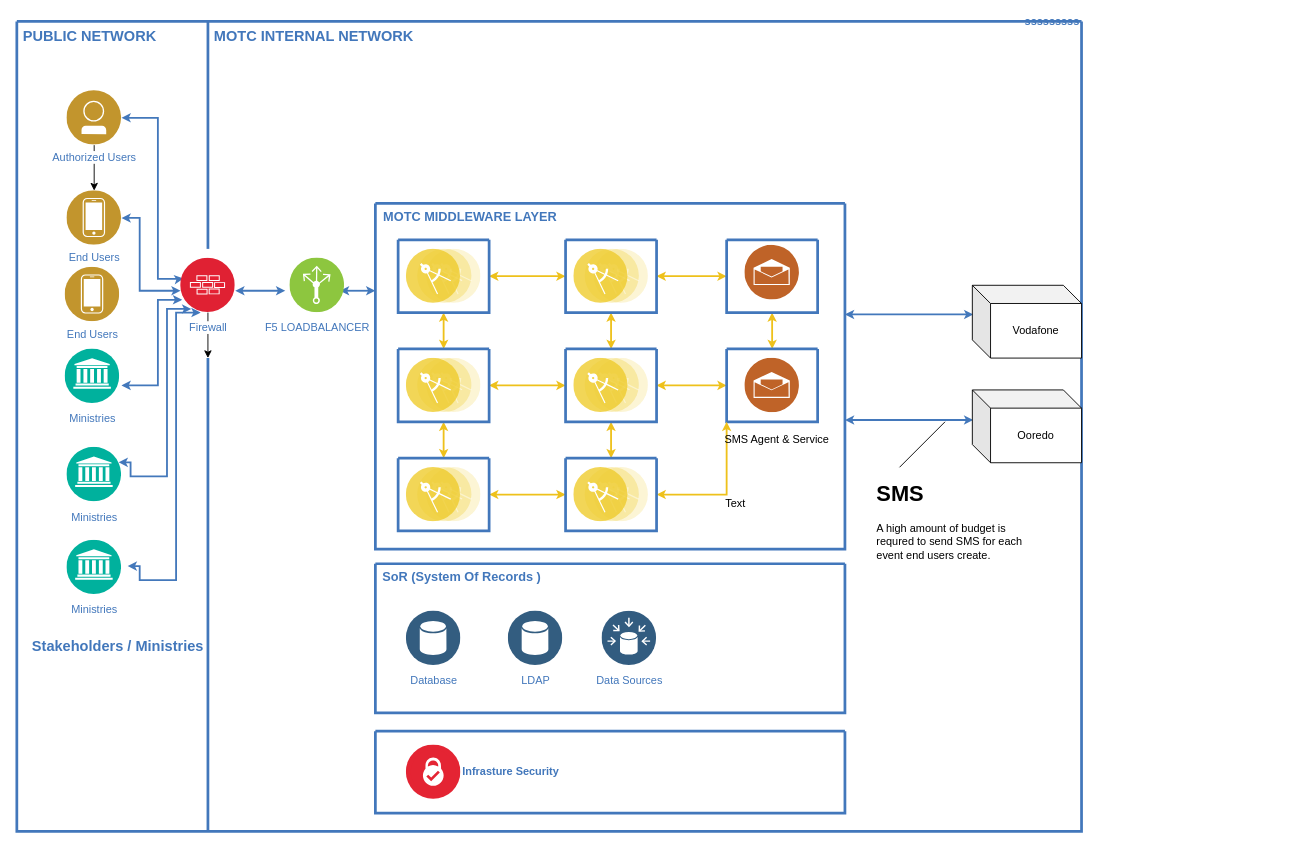
Before: Untitled Diagram.drawio in SalihSipahi/Hattusas, a draw.io diagram. Source tidied: cells renumbered, new cells numbered last; positions are measured from the earlier drawing's top-left corner, leaving out a move shared by most shapes. Both pictures are drawn from the tidied source at 91%, with x=0, y=0 at pixel (16, 21).
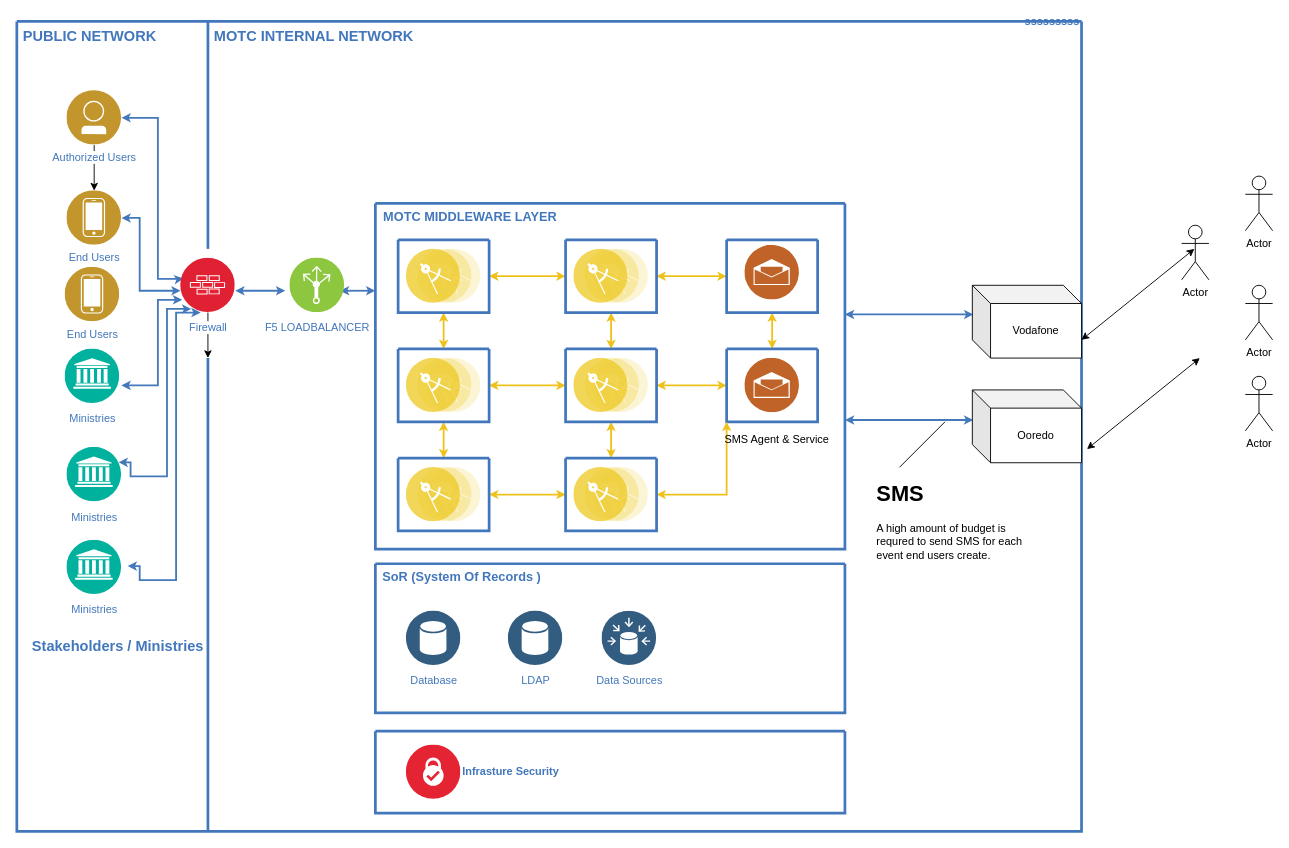
The same page after the edit.

Diff of the diagram source:
```diff
@@
-    <mxCell id="67" value="Text" style="text;html=1;strokeColor=none;fillColor=none;align=center;verticalAlign=middle;whiteSpace=wrap;rounded=0;" parent="1" vertex="1">
-      <mxGeometry x="770" y="520" width="40" height="20" as="geometry" />
-    </mxCell>
@@
+    <mxCell id="69" style="endArrow=classic;startArrow=classic;html=1;" parent="1" edge="1">
+      <mxGeometry relative="1" as="geometry">
+        <mxPoint x="1176" y="470" as="sourcePoint" />
+        <mxPoint x="1300" y="370" as="targetPoint" />
+      </mxGeometry>
+    </mxCell>
+    <mxCell id="70" value="Actor" style="shape=umlActor;verticalLabelPosition=bottom;verticalAlign=top;html=1;" parent="1" vertex="1">
+      <mxGeometry x="1280" y="224" width="30" height="60" as="geometry" />
+    </mxCell>
+    <mxCell id="71" value="Actor" style="shape=umlActor;verticalLabelPosition=bottom;verticalAlign=top;html=1;" parent="1" vertex="1">
+      <mxGeometry x="1350" y="170" width="30" height="60" as="geometry" />
+    </mxCell>
+    <mxCell id="72" value="Actor" style="shape=umlActor;verticalLabelPosition=bottom;verticalAlign=top;html=1;" parent="1" vertex="1">
+      <mxGeometry x="1350" y="390" width="30" height="60" as="geometry" />
+    </mxCell>
+    <mxCell id="73" value="Actor" style="shape=umlActor;verticalLabelPosition=bottom;verticalAlign=top;html=1;" parent="1" vertex="1">
+      <mxGeometry x="1350" y="290" width="30" height="60" as="geometry" />
+    </mxCell>
+    <mxCell id="74" style="endArrow=classic;startArrow=classic;html=1;" parent="1" edge="1">
+      <mxGeometry relative="1" as="geometry">
+        <mxPoint x="1170" y="350" as="sourcePoint" />
+        <mxPoint x="1294" y="250" as="targetPoint" />
+      </mxGeometry>
+    </mxCell>
```
